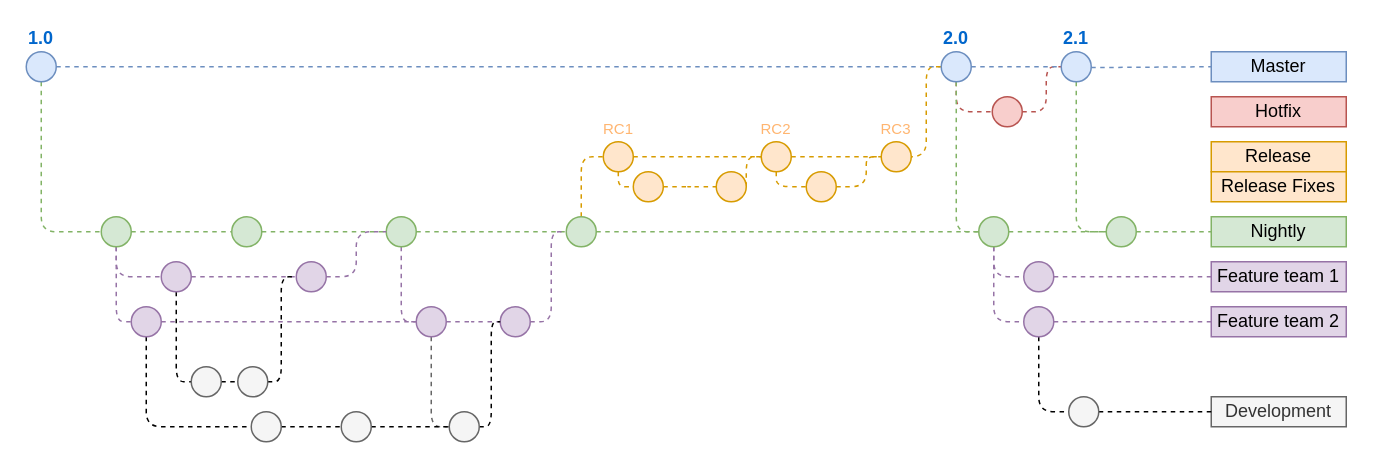
Before: git4.drawio in surajnaik90/Architectures-Designs, a draw.io diagram. Source tidied: cells renumbered, new cells numbered last; positions are measured from the earlier drawing's top-left corner, leaving out a move shared by most shapes. Both pictures are drawn from the tidied source at 150%, with x=0, y=0 at pixel (26, 51).
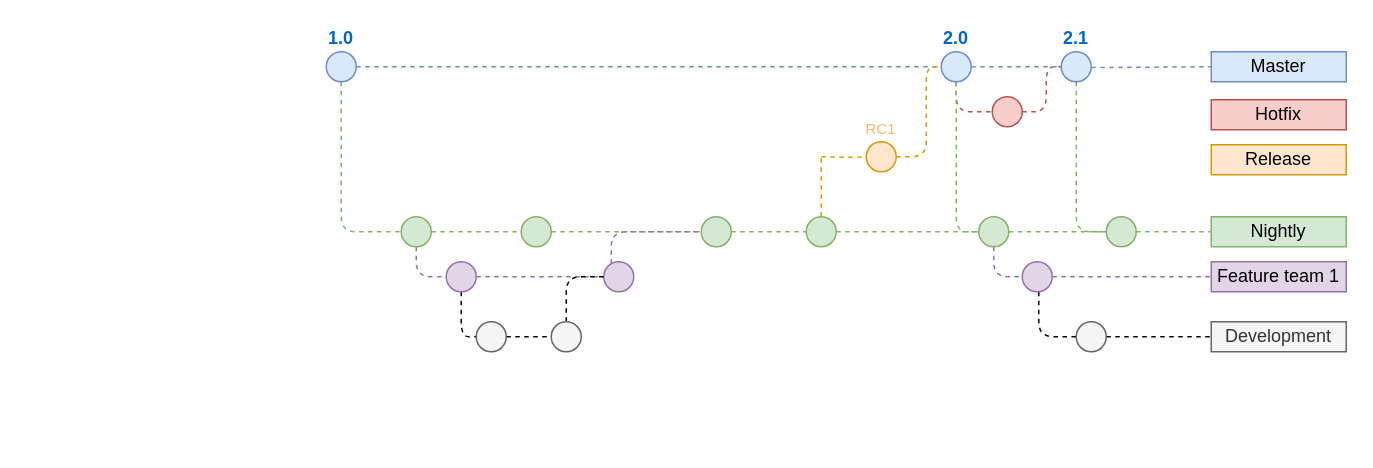
Above is the later version.

The change refers to these unchanged cells:
```xml
<mxCell id="67" style="ellipse;whiteSpace=wrap;html=1;fontSize=10;fillColor=#d5e8d4;strokeColor=#82b366;" parent="1" vertex="1">
  <mxGeometry x="635" y="110" width="20" height="20" as="geometry" />
</mxCell>
```

The edit, as a diff of the source:
```diff
@@
     <mxCell id="3" style="edgeStyle=orthogonalEdgeStyle;rounded=1;jettySize=auto;html=1;dashed=1;endArrow=none;endFill=0;fillColor=#d5e8d4;strokeColor=#82b366;" parent="1" edge="1" source="4" target="16">
       <mxGeometry relative="1" as="geometry">
         <Array as="points">
-          <mxPoint x="10" y="120" />
+          <mxPoint x="210" y="120" />
         </Array>
       </mxGeometry>
     </mxCell>
     <mxCell id="4" value="1.0" style="ellipse;whiteSpace=wrap;html=1;fillColor=#dae8fc;strokeColor=#6c8ebf;fontStyle=1;labelPosition=center;verticalLabelPosition=top;align=center;verticalAlign=bottom;fontColor=#0066CC;" parent="1" vertex="1">
-      <mxGeometry width="20" height="20" as="geometry" />
+      <mxGeometry x="200" width="20" height="20" as="geometry" />
     </mxCell>
@@
     <mxCell id="12" value="Hotfix" style="text;html=1;strokeColor=#b85450;fillColor=#f8cecc;align=center;verticalAlign=middle;whiteSpace=wrap;rounded=0;" parent="1" vertex="1">
-      <mxGeometry x="790" y="30" width="90" height="20" as="geometry" />
+      <mxGeometry x="790" y="32" width="90" height="20" as="geometry" />
     </mxCell>
@@
     <mxCell id="14" style="edgeStyle=orthogonalEdgeStyle;rounded=1;jettySize=auto;html=1;dashed=1;endArrow=none;endFill=0;fontSize=10;fontColor=#FFB570;fillColor=#e1d5e7;strokeColor=#9673a6;" parent="1" edge="1" source="16" target="80">
       <mxGeometry relative="1" as="geometry">
         <Array as="points">
-          <mxPoint x="60" y="130" />
+          <mxPoint x="260" y="150" />
         </Array>
       </mxGeometry>
     </mxCell>
-    <mxCell id="15" style="edgeStyle=orthogonalEdgeStyle;rounded=1;jettySize=auto;html=1;dashed=1;endArrow=none;endFill=0;fontSize=12;fontColor=#FFB570;fillColor=#e1d5e7;strokeColor=#9673a6;" parent="1" edge="1" source="16" target="40">
-      <mxGeometry relative="1" as="geometry">
-        <Array as="points">
-          <mxPoint x="60" y="180" />
-        </Array>
-      </mxGeometry>
-    </mxCell>
     <mxCell id="16" style="ellipse;whiteSpace=wrap;html=1;fillColor=#d5e8d4;strokeColor=#82b366;" parent="1" vertex="1">
-      <mxGeometry x="50" y="110" width="20" height="20" as="geometry" />
+      <mxGeometry x="250" y="110" width="20" height="20" as="geometry" />
     </mxCell>
@@
     <mxCell id="18" style="ellipse;whiteSpace=wrap;html=1;fillColor=#d5e8d4;strokeColor=#82b366;" parent="1" vertex="1">
-      <mxGeometry x="137" y="110" width="20" height="20" as="geometry" />
+      <mxGeometry x="330" y="110" width="20" height="20" as="geometry" />
     </mxCell>
@@
-    <mxCell id="20" style="edgeStyle=orthogonalEdgeStyle;rounded=1;jettySize=auto;html=1;dashed=1;endArrow=none;endFill=0;fontSize=12;fontColor=#FFB570;fillColor=#e1d5e7;strokeColor=#9673a6;entryX=0;entryY=0.5;entryDx=0;entryDy=0;" parent="1" edge="1" source="21" target="43">
-      <mxGeometry relative="1" as="geometry">
-        <Array as="points">
-          <mxPoint x="250" y="180" />
-        </Array>
-      </mxGeometry>
-    </mxCell>
     <mxCell id="21" style="ellipse;whiteSpace=wrap;html=1;fillColor=#d5e8d4;strokeColor=#82b366;" parent="1" vertex="1">
-      <mxGeometry x="240" y="110" width="20" height="20" as="geometry" />
+      <mxGeometry x="450" y="110" width="20" height="20" as="geometry" />
     </mxCell>
@@
-    <mxCell id="23" style="edgeStyle=orthogonalEdgeStyle;rounded=1;jettySize=auto;html=1;dashed=1;endArrow=none;endFill=0;fontSize=10;fontColor=#FFB570;fillColor=#ffe6cc;strokeColor=#d79b00;" parent="1" edge="1" source="24" target="33">
+    <mxCell id="23" style="edgeStyle=orthogonalEdgeStyle;rounded=1;jettySize=auto;html=1;dashed=1;endArrow=none;endFill=0;fontSize=10;fontColor=#FFB570;fillColor=#ffe6cc;strokeColor=#d79b00;" parent="1" edge="1" source="24">
       <mxGeometry relative="1" as="geometry">
+        <mxPoint x="530" y="70" as="targetPoint" />
         <Array as="points">
-          <mxPoint x="370" y="70" />
+          <mxPoint x="530" y="90" />
+          <mxPoint x="530" y="90" />
         </Array>
       </mxGeometry>
     </mxCell>
     <mxCell id="24" style="ellipse;whiteSpace=wrap;html=1;fillColor=#d5e8d4;strokeColor=#82b366;" parent="1" vertex="1">
-      <mxGeometry x="360" y="110" width="20" height="20" as="geometry" />
+      <mxGeometry x="520" y="110" width="20" height="20" as="geometry" />
     </mxCell>
@@
-    <mxCell id="30" style="edgeStyle=orthogonalEdgeStyle;rounded=1;jettySize=auto;html=1;dashed=1;endArrow=none;endFill=0;fontSize=12;fontColor=#FFB570;entryX=0;entryY=0.5;entryDx=0;entryDy=0;fillColor=#ffe6cc;strokeColor=#d79b00;" parent="1" edge="1" source="31" target="73">
-      <mxGeometry relative="1" as="geometry">
-        <Array as="points">
-          <mxPoint x="500" y="90" />
-        </Array>
-      </mxGeometry>
-    </mxCell>
-    <mxCell id="31" value="RC2" style="ellipse;whiteSpace=wrap;html=1;fontSize=10;labelPosition=center;verticalLabelPosition=top;align=center;verticalAlign=bottom;fillColor=#ffe6cc;strokeColor=#d79b00;fontColor=#FFB570;" parent="1" vertex="1">
-      <mxGeometry x="490" y="60" width="20" height="20" as="geometry" />
+    <mxCell id="31" value="RC1" style="ellipse;whiteSpace=wrap;html=1;fontSize=10;labelPosition=center;verticalLabelPosition=top;align=center;verticalAlign=bottom;fillColor=#ffe6cc;strokeColor=#d79b00;fontColor=#FFB570;" parent="1" vertex="1">
+      <mxGeometry x="560" y="60" width="20" height="20" as="geometry" />
     </mxCell>
-    <mxCell id="32" style="edgeStyle=orthogonalEdgeStyle;rounded=1;jettySize=auto;html=1;dashed=1;endArrow=none;endFill=0;fontSize=10;fontColor=#FFB570;fillColor=#ffe6cc;strokeColor=#d79b00;" parent="1" edge="1" source="33" target="31">
-      <mxGeometry relative="1" as="geometry" />
+    <mxCell id="32" style="edgeStyle=orthogonalEdgeStyle;rounded=1;jettySize=auto;html=1;dashed=1;endArrow=none;endFill=0;fontSize=10;fontColor=#FFB570;fillColor=#ffe6cc;strokeColor=#d79b00;" parent="1" edge="1" target="31">
+      <mxGeometry relative="1" as="geometry">
+        <mxPoint x="530" y="70" as="sourcePoint" />
+      </mxGeometry>
     </mxCell>
-    <mxCell id="33" value="RC1" style="ellipse;whiteSpace=wrap;html=1;fontSize=10;labelPosition=center;verticalLabelPosition=top;align=center;verticalAlign=bottom;fillColor=#ffe6cc;strokeColor=#d79b00;fontColor=#FFB570;" parent="1" vertex="1">
-      <mxGeometry x="384.7" y="60" width="20" height="20" as="geometry" />
-    </mxCell>
     <mxCell id="34" value="Release" style="text;html=1;strokeColor=#d79b00;fillColor=#ffe6cc;align=center;verticalAlign=middle;whiteSpace=wrap;rounded=0;fontSize=12;" parent="1" vertex="1">
-      <mxGeometry x="790" y="60" width="90" height="20" as="geometry" />
+      <mxGeometry x="790" y="62" width="90" height="20" as="geometry" />
     </mxCell>
@@
     <mxCell id="36" style="edgeStyle=orthogonalEdgeStyle;rounded=1;jettySize=auto;html=1;dashed=1;endArrow=none;endFill=0;fontSize=12;fontColor=#FFB570;jumpStyle=arc;jumpSize=6;" parent="1" edge="1" source="80" target="45">
       <mxGeometry relative="1" as="geometry">
         <Array as="points">
-          <mxPoint x="100" y="220" />
+          <mxPoint x="290" y="190" />
         </Array>
       </mxGeometry>
     </mxCell>
     <mxCell id="37" style="edgeStyle=orthogonalEdgeStyle;rounded=1;jettySize=auto;html=1;dashed=1;endArrow=none;endFill=0;fontSize=10;fontColor=#FFB570;fillColor=#e1d5e7;strokeColor=#9673a6;entryX=0;entryY=0.5;entryDx=0;entryDy=0;" parent="1" edge="1" source="38" target="21">
       <mxGeometry relative="1" as="geometry">
         <Array as="points">
-          <mxPoint x="220" y="150" />
-          <mxPoint x="220" y="120" />
+          <mxPoint x="390" y="120" />
         </Array>
       </mxGeometry>
     </mxCell>
     <mxCell id="38" style="ellipse;whiteSpace=wrap;html=1;fontSize=10;fillColor=#e1d5e7;strokeColor=#9673a6;" parent="1" vertex="1">
-      <mxGeometry x="180" y="140" width="20" height="20" as="geometry" />
+      <mxGeometry x="385" y="140" width="20" height="20" as="geometry" />
     </mxCell>
-    <mxCell id="39" style="edgeStyle=orthogonalEdgeStyle;rounded=1;jettySize=auto;html=1;dashed=1;endArrow=none;endFill=0;fontSize=12;fontColor=#FFB570;" parent="1" edge="1" source="40" target="54">
-      <mxGeometry relative="1" as="geometry">
-        <Array as="points">
-          <mxPoint x="80" y="250" />
-        </Array>
-      </mxGeometry>
-    </mxCell>
-    <mxCell id="40" style="ellipse;whiteSpace=wrap;html=1;fontSize=10;fillColor=#e1d5e7;strokeColor=#9673a6;" parent="1" vertex="1">
-      <mxGeometry x="70" y="170" width="20" height="20" as="geometry" />
-    </mxCell>
-    <mxCell id="41" style="edgeStyle=orthogonalEdgeStyle;rounded=1;jettySize=auto;html=1;dashed=1;endArrow=none;endFill=0;fontSize=12;fontColor=#FFB570;fillColor=#e1d5e7;strokeColor=#9673a6;" parent="1" edge="1" source="43" target="47">
-      <mxGeometry relative="1" as="geometry" />
-    </mxCell>
-    <mxCell id="42" style="edgeStyle=orthogonalEdgeStyle;rounded=1;jettySize=auto;html=1;dashed=1;endArrow=none;endFill=0;fontSize=12;fontColor=#FFB570;fillColor=#f5f5f5;strokeColor=#666666;" parent="1" edge="1" source="43" target="58">
-      <mxGeometry relative="1" as="geometry">
-        <Array as="points">
-          <mxPoint x="270" y="250" />
-        </Array>
-      </mxGeometry>
-    </mxCell>
-    <mxCell id="43" style="ellipse;whiteSpace=wrap;html=1;fontSize=10;fillColor=#e1d5e7;strokeColor=#9673a6;" parent="1" vertex="1">
-      <mxGeometry x="260" y="170" width="20" height="20" as="geometry" />
-    </mxCell>
@@
     <mxCell id="45" style="ellipse;whiteSpace=wrap;html=1;fontSize=10;fontColor=#333333;fillColor=#f5f5f5;strokeColor=#666666;" parent="1" vertex="1">
-      <mxGeometry x="110" y="210" width="20" height="20" as="geometry" />
+      <mxGeometry x="300" y="180" width="20" height="20" as="geometry" />
     </mxCell>
-    <mxCell id="46" style="edgeStyle=orthogonalEdgeStyle;rounded=1;jettySize=auto;html=1;dashed=1;endArrow=none;endFill=0;fontSize=12;fontColor=#FFB570;fillColor=#e1d5e7;strokeColor=#9673a6;entryX=0;entryY=0.5;entryDx=0;entryDy=0;" parent="1" edge="1" source="47" target="24">
-      <mxGeometry relative="1" as="geometry">
-        <Array as="points">
-          <mxPoint x="350" y="180" />
-          <mxPoint x="350" y="120" />
-        </Array>
-      </mxGeometry>
-    </mxCell>
-    <mxCell id="47" style="ellipse;whiteSpace=wrap;html=1;fontSize=10;fillColor=#e1d5e7;strokeColor=#9673a6;" parent="1" vertex="1">
-      <mxGeometry x="316" y="170" width="20" height="20" as="geometry" />
-    </mxCell>
@@
-    <mxCell id="49" value="Feature team 1" style="text;html=1;strokeColor=#9673a6;fillColor=#e1d5e7;align=center;verticalAlign=middle;whiteSpace=wrap;rounded=0;" parent="1" vertex="1">
-      <mxGeometry x="790" y="140" width="90" height="20" as="geometry" />
-    </mxCell>
-    <mxCell id="50" value="Feature team 2" style="text;html=1;strokeColor=#9673a6;fillColor=#e1d5e7;align=center;verticalAlign=middle;whiteSpace=wrap;rounded=0;" parent="1" vertex="1">
-      <mxGeometry x="790" y="170" width="90" height="20" as="geometry" />
+    <mxCell id="50" value="Feature team 1" style="text;html=1;strokeColor=#9673a6;fillColor=#e1d5e7;align=center;verticalAlign=middle;whiteSpace=wrap;rounded=0;" parent="1" vertex="1">
+      <mxGeometry x="790" y="140" width="90" height="20" as="geometry" />
     </mxCell>
     <mxCell id="51" style="edgeStyle=orthogonalEdgeStyle;rounded=1;jettySize=auto;html=1;dashed=1;endArrow=none;endFill=0;fontSize=12;fontColor=#FFB570;jumpStyle=arc;entryX=0;entryY=0.5;entryDx=0;entryDy=0;" parent="1" edge="1" source="52" target="38">
       <mxGeometry relative="1" as="geometry">
         <Array as="points">
-          <mxPoint x="170" y="220" />
-          <mxPoint x="170" y="150" />
+          <mxPoint x="360" y="150" />
         </Array>
       </mxGeometry>
     </mxCell>
     <mxCell id="52" style="ellipse;whiteSpace=wrap;html=1;fontSize=10;fontColor=#333333;fillColor=#f5f5f5;strokeColor=#666666;" parent="1" vertex="1">
-      <mxGeometry x="141" y="210" width="20" height="20" as="geometry" />
+      <mxGeometry x="350" y="180" width="20" height="20" as="geometry" />
     </mxCell>
-    <mxCell id="53" style="edgeStyle=orthogonalEdgeStyle;rounded=1;jettySize=auto;html=1;dashed=1;endArrow=none;endFill=0;fontSize=12;fontColor=#FFB570;" parent="1" edge="1" source="54" target="56">
-      <mxGeometry relative="1" as="geometry" />
-    </mxCell>
-    <mxCell id="54" style="ellipse;whiteSpace=wrap;html=1;fontSize=10;fontColor=#333333;fillColor=#f5f5f5;strokeColor=#666666;" parent="1" vertex="1">
-      <mxGeometry x="150" y="240" width="20" height="20" as="geometry" />
-    </mxCell>
-    <mxCell id="55" style="edgeStyle=orthogonalEdgeStyle;rounded=1;jettySize=auto;html=1;dashed=1;endArrow=none;endFill=0;fontSize=12;fontColor=#FFB570;" parent="1" edge="1" source="56" target="58">
-      <mxGeometry relative="1" as="geometry" />
-    </mxCell>
-    <mxCell id="56" style="ellipse;whiteSpace=wrap;html=1;fontSize=10;fontColor=#333333;fillColor=#f5f5f5;strokeColor=#666666;" parent="1" vertex="1">
-      <mxGeometry x="210" y="240" width="20" height="20" as="geometry" />
-    </mxCell>
-    <mxCell id="57" style="edgeStyle=orthogonalEdgeStyle;rounded=1;jettySize=auto;html=1;dashed=1;endArrow=none;endFill=0;fontSize=12;fontColor=#FFB570;entryX=0;entryY=0.5;entryDx=0;entryDy=0;" parent="1" edge="1" source="58" target="47">
-      <mxGeometry relative="1" as="geometry">
-        <Array as="points">
-          <mxPoint x="310" y="250" />
-          <mxPoint x="310" y="180" />
-        </Array>
-      </mxGeometry>
-    </mxCell>
-    <mxCell id="58" style="ellipse;whiteSpace=wrap;html=1;fontSize=10;fontColor=#333333;fillColor=#f5f5f5;strokeColor=#666666;" parent="1" vertex="1">
-      <mxGeometry x="282" y="240" width="20" height="20" as="geometry" />
-    </mxCell>
-    <mxCell id="59" style="edgeStyle=orthogonalEdgeStyle;rounded=1;jettySize=auto;html=1;dashed=1;endArrow=none;endFill=0;fontSize=12;fontColor=#FFB570;fillColor=#ffe6cc;strokeColor=#d79b00;" parent="1" edge="1" source="60" target="63">
-      <mxGeometry relative="1" as="geometry" />
-    </mxCell>
-    <mxCell id="60" style="ellipse;whiteSpace=wrap;html=1;fontSize=10;fillColor=#ffe6cc;strokeColor=#d79b00;" parent="1" vertex="1">
-      <mxGeometry x="404.7" y="80" width="20" height="20" as="geometry" />
-    </mxCell>
     <mxCell id="61" value="Development" style="text;html=1;strokeColor=#666666;fillColor=#f5f5f5;align=center;verticalAlign=middle;whiteSpace=wrap;rounded=0;fontColor=#333333;" parent="1" vertex="1">
-      <mxGeometry x="790" y="230" width="90" height="20" as="geometry" />
+      <mxGeometry x="790" y="180" width="90" height="20" as="geometry" />
     </mxCell>
-    <mxCell id="62" style="edgeStyle=orthogonalEdgeStyle;rounded=1;jettySize=auto;html=1;dashed=1;endArrow=none;endFill=0;fontSize=12;fontColor=#FFB570;fillColor=#ffe6cc;strokeColor=#d79b00;entryX=0;entryY=0.5;entryDx=0;entryDy=0;" parent="1" edge="1" source="63" target="31">
-      <mxGeometry relative="1" as="geometry">
-        <Array as="points">
-          <mxPoint x="480" y="90" />
-          <mxPoint x="480" y="70" />
-        </Array>
-      </mxGeometry>
-    </mxCell>
-    <mxCell id="63" style="ellipse;whiteSpace=wrap;html=1;fontSize=10;fillColor=#ffe6cc;strokeColor=#d79b00;" parent="1" vertex="1">
-      <mxGeometry x="460" y="80" width="20" height="20" as="geometry" />
-    </mxCell>
-    <mxCell id="64" style="edgeStyle=orthogonalEdgeStyle;rounded=1;jettySize=auto;html=1;dashed=1;endArrow=none;endFill=0;fontSize=12;fontColor=#FFB570;fillColor=#ffe6cc;strokeColor=#d79b00;" parent="1" edge="1" source="33" target="60">
-      <mxGeometry relative="1" as="geometry">
-        <Array as="points">
-          <mxPoint x="395" y="90" />
-        </Array>
-      </mxGeometry>
-    </mxCell>
-    <mxCell id="65" style="edgeStyle=orthogonalEdgeStyle;rounded=1;jettySize=auto;html=1;dashed=1;endArrow=none;endFill=0;fontSize=12;fontColor=#FFB570;fillColor=#e1d5e7;strokeColor=#9673a6;" parent="1" edge="1" source="67" target="76">
-      <mxGeometry relative="1" as="geometry">
-        <Array as="points">
-          <mxPoint x="645" y="150" />
-        </Array>
-      </mxGeometry>
-    </mxCell>
-    <mxCell id="66" style="edgeStyle=orthogonalEdgeStyle;rounded=1;jettySize=auto;html=1;dashed=1;endArrow=none;endFill=0;fontSize=12;fontColor=#FFB570;fillColor=#e1d5e7;strokeColor=#9673a6;" parent="1" edge="1" source="67" target="79">
+    <mxCell id="66" style="edgeStyle=orthogonalEdgeStyle;rounded=1;jettySize=auto;html=1;dashed=1;endArrow=none;endFill=0;fontSize=12;fontColor=#FFB570;fillColor=#e1d5e7;strokeColor=#9673a6;entryX=0;entryY=0.5;entryDx=0;entryDy=0;" parent="1" edge="1" source="67" target="79">
       <mxGeometry relative="1" as="geometry">
         <Array as="points">
-          <mxPoint x="645" y="180" />
+          <mxPoint x="645" y="150" />
         </Array>
       </mxGeometry>
     </mxCell>
@@
-    <mxCell id="68" style="edgeStyle=orthogonalEdgeStyle;rounded=1;jettySize=auto;html=1;dashed=1;endArrow=none;endFill=0;fontSize=12;fontColor=#FFB570;fillColor=#e1d5e7;strokeColor=#9673a6;" parent="1" edge="1" source="40" target="43">
-      <mxGeometry relative="1" as="geometry" />
-    </mxCell>
-    <mxCell id="69" value="Release Fixes" style="text;html=1;strokeColor=#d79b00;fillColor=#ffe6cc;align=center;verticalAlign=middle;whiteSpace=wrap;rounded=0;fontSize=12;" parent="1" vertex="1">
-      <mxGeometry x="790" y="80" width="90" height="20" as="geometry" />
-    </mxCell>
@@
-    <mxCell id="72" style="edgeStyle=orthogonalEdgeStyle;rounded=1;jettySize=auto;html=1;entryX=0;entryY=0.5;entryDx=0;entryDy=0;dashed=1;endArrow=none;endFill=0;fontSize=12;fontColor=#FFB570;fillColor=#ffe6cc;strokeColor=#d79b00;" parent="1" edge="1" source="73" target="74">
-      <mxGeometry relative="1" as="geometry" />
-    </mxCell>
-    <mxCell id="73" style="ellipse;whiteSpace=wrap;html=1;fontSize=10;fillColor=#ffe6cc;strokeColor=#d79b00;" parent="1" vertex="1">
-      <mxGeometry x="520" y="80" width="20" height="20" as="geometry" />
-    </mxCell>
-    <mxCell id="74" value="RC3" style="ellipse;whiteSpace=wrap;html=1;fontSize=10;fillColor=#ffe6cc;strokeColor=#d79b00;labelPosition=center;verticalLabelPosition=top;align=center;verticalAlign=bottom;fontColor=#FFB570;" parent="1" vertex="1">
-      <mxGeometry x="570" y="60" width="20" height="20" as="geometry" />
-    </mxCell>
-    <mxCell id="75" style="edgeStyle=orthogonalEdgeStyle;rounded=1;jettySize=auto;html=1;dashed=1;endArrow=none;endFill=0;fontSize=12;fontColor=#FFB570;fillColor=#e1d5e7;strokeColor=#9673a6;" parent="1" edge="1" source="76" target="49">
-      <mxGeometry relative="1" as="geometry" />
-    </mxCell>
-    <mxCell id="76" style="ellipse;whiteSpace=wrap;html=1;fontSize=12;fillColor=#e1d5e7;strokeColor=#9673a6;" parent="1" vertex="1">
-      <mxGeometry x="665" y="140" width="20" height="20" as="geometry" />
-    </mxCell>
@@
     <mxCell id="78" style="edgeStyle=orthogonalEdgeStyle;rounded=1;jettySize=auto;html=1;endArrow=none;endFill=0;dashed=1;" parent="1" edge="1" source="79" target="82">
       <mxGeometry relative="1" as="geometry">
         <Array as="points">
-          <mxPoint x="675" y="240" />
+          <mxPoint x="675" y="190" />
         </Array>
       </mxGeometry>
     </mxCell>
     <mxCell id="79" style="ellipse;whiteSpace=wrap;html=1;fontSize=12;fillColor=#e1d5e7;strokeColor=#9673a6;" parent="1" vertex="1">
-      <mxGeometry x="665" y="170" width="20" height="20" as="geometry" />
+      <mxGeometry x="664" y="140" width="20" height="20" as="geometry" />
     </mxCell>
     <mxCell id="80" style="ellipse;whiteSpace=wrap;html=1;fontSize=10;fillColor=#e1d5e7;strokeColor=#9673a6;" parent="1" vertex="1">
-      <mxGeometry x="90" y="140" width="20" height="20" as="geometry" />
+      <mxGeometry x="280" y="140" width="20" height="20" as="geometry" />
     </mxCell>
@@
     <mxCell id="82" style="ellipse;whiteSpace=wrap;html=1;fontSize=10;fontColor=#333333;fillColor=#f5f5f5;strokeColor=#666666;" parent="1" vertex="1">
-      <mxGeometry x="695" y="230" width="20" height="20" as="geometry" />
+      <mxGeometry x="700" y="180" width="20" height="20" as="geometry" />
     </mxCell>
```
